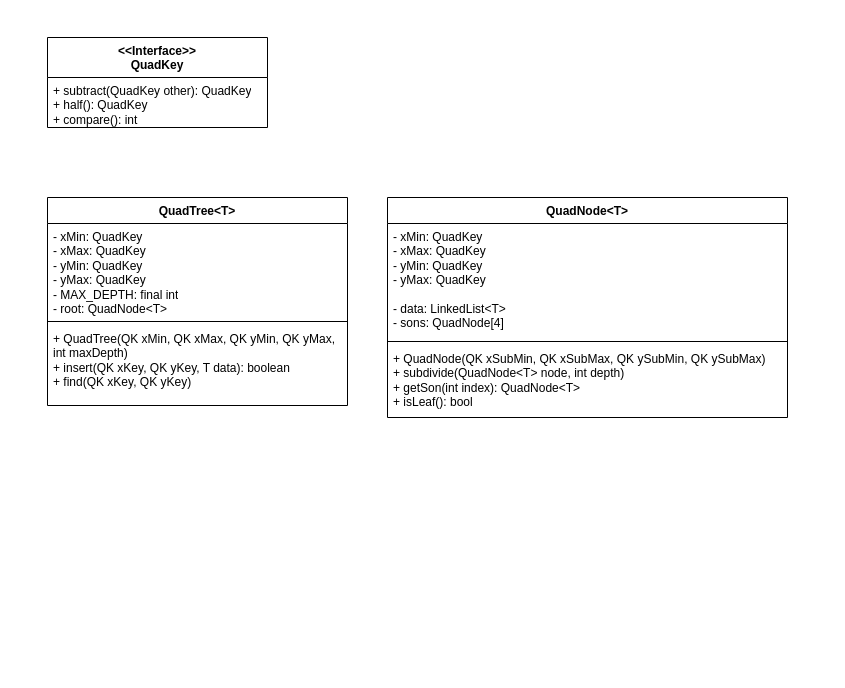
The draw.io diagram doc/UML/QuadTree.drawio in juraj-n/ADS2, before the edit. Source tidied: cells renumbered, new cells numbered last; positions are measured from the earlier drawing's top-left corner, leaving out a move shared by most shapes. Both pictures are drawn from the tidied source at 100%, with x=0, y=0 at pixel (47, 37).
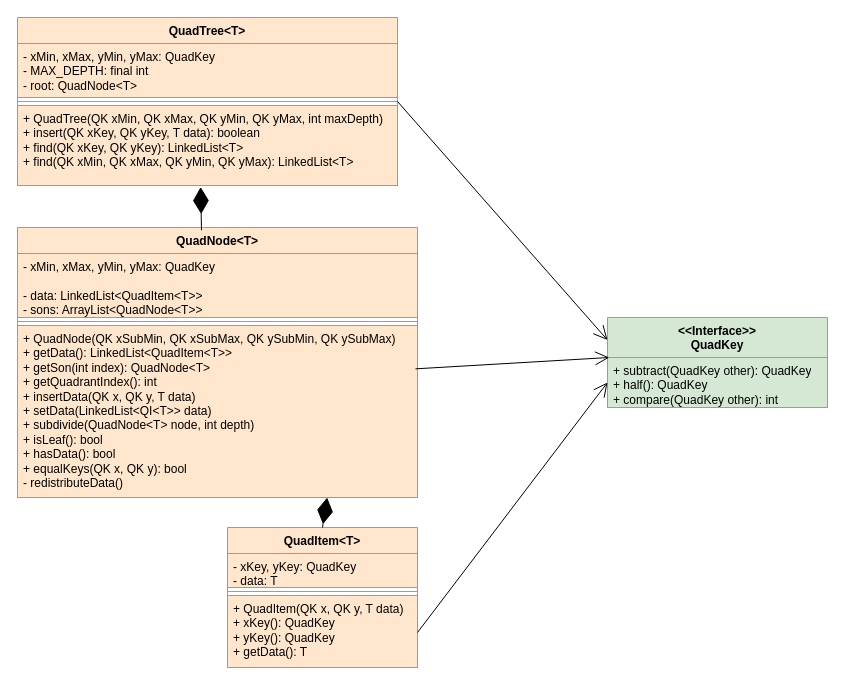
The same diagram, later.

Commit message (it also covers changes not shown here):
UML QuadTree

Change to the diagram source:
```diff
@@
-    <mxCell id="2" value="QuadTree&amp;lt;T&amp;gt;" style="swimlane;fontStyle=1;align=center;verticalAlign=top;horizontal=1;startSize=26;whiteSpace=wrap;html=1;" parent="1" vertex="1">
-      <mxGeometry y="160" width="300" height="208" as="geometry" />
+    <mxCell id="2" value="QuadTree&amp;lt;T&amp;gt;" style="swimlane;fontStyle=1;align=center;verticalAlign=top;horizontal=1;startSize=26;whiteSpace=wrap;html=1;fillColor=#ffe6cc;strokeColor=#d79b00;" parent="1" vertex="1">
+      <mxGeometry x="-30" y="-20" width="380" height="168" as="geometry" />
     </mxCell>
-    <mxCell id="3" value="- xMin: QuadKey&lt;div&gt;- xMax: QuadKey&lt;/div&gt;&lt;div&gt;- yMin: QuadKey&lt;/div&gt;&lt;div&gt;- yMax: QuadKey&lt;/div&gt;&lt;div&gt;- MAX_DEPTH: final int&lt;/div&gt;&lt;div&gt;- root: QuadNode&amp;lt;T&amp;gt;&lt;/div&gt;" style="text;strokeColor=none;fillColor=none;align=left;verticalAlign=top;spacingLeft=4;spacingRight=4;overflow=hidden;whiteSpace=wrap;html=1;" parent="2" vertex="1">
-      <mxGeometry y="26" width="300" height="94" as="geometry" />
+    <mxCell id="3" value="- xMin, xMax, yMin, yMax: QuadKey&lt;div&gt;&lt;span style=&quot;background-color: transparent; color: light-dark(rgb(0, 0, 0), rgb(255, 255, 255));&quot;&gt;- MAX_DEPTH: final int&lt;/span&gt;&lt;/div&gt;&lt;div&gt;- root: QuadNode&amp;lt;T&amp;gt;&lt;/div&gt;" style="text;strokeColor=#d79b00;fillColor=#ffe6cc;align=left;verticalAlign=top;spacingLeft=4;spacingRight=4;overflow=hidden;whiteSpace=wrap;html=1;" parent="2" vertex="1">
+      <mxGeometry y="26" width="380" height="54" as="geometry" />
     </mxCell>
     <mxCell id="4" style="line;strokeWidth=1;fillColor=none;align=left;verticalAlign=middle;spacingTop=-1;spacingLeft=3;spacingRight=3;labelPosition=right;strokeColor=inherit;" parent="2" vertex="1">
-      <mxGeometry y="120" width="300" height="8" as="geometry" />
+      <mxGeometry y="80" width="380" height="8" as="geometry" />
     </mxCell>
-    <mxCell id="5" value="+ QuadTree(QK xMin, QK xMax, QK yMin, QK yMax, int maxDepth)&lt;div&gt;+ insert(QK xKey, QK yKey, T data): boolean&lt;/div&gt;&lt;div&gt;+ find(QK xKey, QK yKey)&lt;/div&gt;" style="text;strokeColor=none;fillColor=none;align=left;verticalAlign=top;spacingLeft=4;spacingRight=4;overflow=hidden;points=[[0,0.5],[1,0.5]];portConstraint=eastwest;whiteSpace=wrap;html=1;" parent="2" vertex="1">
-      <mxGeometry y="128" width="300" height="80" as="geometry" />
+    <mxCell id="5" value="+ QuadTree(QK xMin, QK xMax, QK yMin, QK yMax, int maxDepth)&lt;div&gt;+ insert(QK xKey, QK yKey, T data): boolean&lt;/div&gt;&lt;div&gt;+ find(QK xKey, QK yKey): LinkedList&amp;lt;T&amp;gt;&lt;/div&gt;&lt;div&gt;+ find(QK xMin, QK xMax, QK yMin, QK yMax): LinkedList&amp;lt;T&amp;gt;&lt;/div&gt;" style="text;strokeColor=#d79b00;fillColor=#ffe6cc;align=left;verticalAlign=top;spacingLeft=4;spacingRight=4;overflow=hidden;points=[[0,0.5],[1,0.5]];portConstraint=eastwest;whiteSpace=wrap;html=1;" parent="2" vertex="1">
+      <mxGeometry y="88" width="380" height="80" as="geometry" />
     </mxCell>
-    <mxCell id="6" value="&amp;lt;&amp;lt;Interface&amp;gt;&amp;gt;&lt;div&gt;QuadKey&lt;/div&gt;" style="swimlane;fontStyle=1;align=center;verticalAlign=top;horizontal=1;startSize=40;whiteSpace=wrap;html=1;" parent="1" vertex="1">
-      <mxGeometry width="220" height="90" as="geometry" />
+    <mxCell id="6" value="&amp;lt;&amp;lt;Interface&amp;gt;&amp;gt;&lt;div&gt;QuadKey&lt;/div&gt;" style="swimlane;fontStyle=1;align=center;verticalAlign=top;horizontal=1;startSize=40;whiteSpace=wrap;html=1;fillColor=#d5e8d4;strokeColor=#82b366;" parent="1" vertex="1">
+      <mxGeometry x="560" y="280" width="220" height="90" as="geometry" />
     </mxCell>
-    <mxCell id="7" value="&lt;div&gt;&lt;span style=&quot;background-color: transparent; color: light-dark(rgb(0, 0, 0), rgb(255, 255, 255));&quot;&gt;+ subtract(QuadKey other): QuadKey&lt;/span&gt;&lt;/div&gt;&lt;div&gt;+ half(): QuadKey&lt;/div&gt;&lt;div&gt;+ compare(): int&lt;/div&gt;" style="text;strokeColor=none;fillColor=none;align=left;verticalAlign=top;spacingLeft=4;spacingRight=4;overflow=hidden;points=[[0,0.5],[1,0.5]];portConstraint=eastwest;whiteSpace=wrap;html=1;" parent="6" vertex="1">
+    <mxCell id="7" value="&lt;div&gt;&lt;span style=&quot;background-color: transparent; color: light-dark(rgb(0, 0, 0), rgb(255, 255, 255));&quot;&gt;+ subtract(QuadKey other): QuadKey&lt;/span&gt;&lt;/div&gt;&lt;div&gt;+ half(): QuadKey&lt;/div&gt;&lt;div&gt;+ compare(QuadKey other): int&lt;/div&gt;" style="text;strokeColor=#82b366;fillColor=#d5e8d4;align=left;verticalAlign=top;spacingLeft=4;spacingRight=4;overflow=hidden;points=[[0,0.5],[1,0.5]];portConstraint=eastwest;whiteSpace=wrap;html=1;" parent="6" vertex="1">
       <mxGeometry y="40" width="220" height="50" as="geometry" />
     </mxCell>
-    <mxCell id="8" value="QuadNode&amp;lt;T&amp;gt;" style="swimlane;fontStyle=1;align=center;verticalAlign=top;horizontal=1;startSize=26;whiteSpace=wrap;html=1;" parent="1" vertex="1">
-      <mxGeometry x="340" y="160" width="400" height="220" as="geometry" />
+    <mxCell id="8" value="QuadNode&amp;lt;T&amp;gt;" style="swimlane;fontStyle=1;align=center;verticalAlign=top;horizontal=1;startSize=26;whiteSpace=wrap;html=1;fillColor=#ffe6cc;strokeColor=#d79b00;" parent="1" vertex="1">
+      <mxGeometry x="-30" y="190" width="400" height="270" as="geometry" />
     </mxCell>
-    <mxCell id="9" value="- xMin: QuadKey&lt;div&gt;- xMax: QuadKey&lt;/div&gt;&lt;div&gt;- yMin: QuadKey&lt;/div&gt;&lt;div&gt;- yMax: QuadKey&lt;/div&gt;&lt;div&gt;&lt;br&gt;&lt;/div&gt;&lt;div&gt;- data: LinkedList&amp;lt;T&amp;gt;&lt;/div&gt;&lt;div&gt;- sons: QuadNode[4]&lt;/div&gt;" style="text;strokeColor=none;fillColor=none;align=left;verticalAlign=top;spacingLeft=4;spacingRight=4;overflow=hidden;whiteSpace=wrap;html=1;" parent="8" vertex="1">
-      <mxGeometry y="26" width="400" height="114" as="geometry" />
+    <mxCell id="9" value="- xMin, xMax, yMin, yMax: QuadKey&lt;div&gt;&lt;br&gt;&lt;div&gt;- data: LinkedList&amp;lt;QuadItem&amp;lt;T&amp;gt;&amp;gt;&lt;/div&gt;&lt;div&gt;- sons: ArrayList&amp;lt;QuadNode&amp;lt;T&amp;gt;&amp;gt;&lt;/div&gt;&lt;/div&gt;" style="text;strokeColor=#d79b00;fillColor=#ffe6cc;align=left;verticalAlign=top;spacingLeft=4;spacingRight=4;overflow=hidden;whiteSpace=wrap;html=1;" parent="8" vertex="1">
+      <mxGeometry y="26" width="400" height="64" as="geometry" />
     </mxCell>
     <mxCell id="10" style="line;strokeWidth=1;fillColor=none;align=left;verticalAlign=middle;spacingTop=-1;spacingLeft=3;spacingRight=3;labelPosition=right;strokeColor=inherit;" parent="8" vertex="1">
-      <mxGeometry y="140" width="400" height="8" as="geometry" />
+      <mxGeometry y="90" width="400" height="8" as="geometry" />
     </mxCell>
-    <mxCell id="11" value="+ QuadNode(QK xSubMin, QK xSubMax, QK ySubMin, QK ySubMax)&lt;div&gt;+ subdivide(QuadNode&amp;lt;T&amp;gt; node, int depth)&lt;/div&gt;&lt;div&gt;+ getSon(int index): QuadNode&amp;lt;T&amp;gt;&lt;/div&gt;&lt;div&gt;+ isLeaf(): bool&lt;/div&gt;" style="text;strokeColor=none;fillColor=none;align=left;verticalAlign=top;spacingLeft=4;spacingRight=4;overflow=hidden;points=[[0,0.5],[1,0.5]];portConstraint=eastwest;whiteSpace=wrap;html=1;" parent="8" vertex="1">
-      <mxGeometry y="148" width="400" height="72" as="geometry" />
+    <mxCell id="11" value="+ QuadNode(QK xSubMin, QK xSubMax, QK ySubMin, QK ySubMax)&lt;div&gt;+ getData(): LinkedList&amp;lt;QuadItem&amp;lt;T&amp;gt;&amp;gt;&lt;/div&gt;&lt;div&gt;+ getSon(int index): QuadNode&amp;lt;T&amp;gt;&lt;/div&gt;&lt;div&gt;+ getQuadrantIndex(): int&lt;/div&gt;&lt;div&gt;+ insertData(QK x, QK y, T data)&lt;/div&gt;&lt;div&gt;+ setData(LinkedList&amp;lt;QI&amp;lt;T&amp;gt;&amp;gt; data)&lt;/div&gt;&lt;div&gt;+ subdivide(QuadNode&amp;lt;T&amp;gt; node, int depth)&lt;/div&gt;&lt;div&gt;+ isLeaf(): bool&lt;/div&gt;&lt;div&gt;+ hasData(): bool&lt;/div&gt;&lt;div&gt;+ equalKeys(QK x, QK y): bool&lt;/div&gt;&lt;div&gt;- redistributeData()&lt;/div&gt;" style="text;strokeColor=#d79b00;fillColor=#ffe6cc;align=left;verticalAlign=top;spacingLeft=4;spacingRight=4;overflow=hidden;points=[[0,0.5],[1,0.5]];portConstraint=eastwest;whiteSpace=wrap;html=1;" parent="8" vertex="1">
+      <mxGeometry y="98" width="400" height="172" as="geometry" />
     </mxCell>
+    <mxCell id="12" value="QuadItem&amp;lt;T&amp;gt;" style="swimlane;fontStyle=1;align=center;verticalAlign=top;horizontal=1;startSize=26;whiteSpace=wrap;html=1;fillColor=#ffe6cc;strokeColor=#d79b00;" parent="1" vertex="1">
+      <mxGeometry x="180" y="490" width="190" height="140" as="geometry" />
+    </mxCell>
+    <mxCell id="13" value="- xKey, yKey: QuadKey&lt;div&gt;- data: T&lt;/div&gt;" style="text;strokeColor=#d79b00;fillColor=#ffe6cc;align=left;verticalAlign=top;spacingLeft=4;spacingRight=4;overflow=hidden;whiteSpace=wrap;html=1;" parent="12" vertex="1">
+      <mxGeometry y="26" width="190" height="34" as="geometry" />
+    </mxCell>
+    <mxCell id="14" style="line;strokeWidth=1;fillColor=none;align=left;verticalAlign=middle;spacingTop=-1;spacingLeft=3;spacingRight=3;labelPosition=right;strokeColor=inherit;" parent="12" vertex="1">
+      <mxGeometry y="60" width="190" height="8" as="geometry" />
+    </mxCell>
+    <mxCell id="15" value="+ QuadItem(QK x, QK y, T data)&lt;div&gt;+ xKey(): QuadKey&lt;/div&gt;&lt;div&gt;+ yKey(): QuadKey&lt;/div&gt;&lt;div&gt;+ getData(): T&lt;/div&gt;" style="text;strokeColor=#d79b00;fillColor=#ffe6cc;align=left;verticalAlign=top;spacingLeft=4;spacingRight=4;overflow=hidden;whiteSpace=wrap;html=1;" parent="12" vertex="1">
+      <mxGeometry y="68" width="190" height="72" as="geometry" />
+    </mxCell>
+    <mxCell id="16" style="endArrow=diamondThin;endFill=1;endSize=24;html=1;rounded=0;entryX=0.482;entryY=1.02;entryDx=0;entryDy=0;entryPerimeter=0;exitX=0.46;exitY=0.01;exitDx=0;exitDy=0;exitPerimeter=0;" parent="1" edge="1" source="8" target="5">
+      <mxGeometry relative="1" as="geometry" />
+    </mxCell>
+    <mxCell id="17" style="endArrow=diamondThin;endFill=1;endSize=24;html=1;rounded=0;entryX=0.774;entryY=1;entryDx=0;entryDy=0;entryPerimeter=0;exitX=0.5;exitY=0;exitDx=0;exitDy=0;" parent="1" edge="1" source="12" target="11">
+      <mxGeometry relative="1" as="geometry" />
+    </mxCell>
+    <mxCell id="18" style="endArrow=open;endFill=1;endSize=12;html=1;rounded=0;exitX=1;exitY=0.5;exitDx=0;exitDy=0;entryX=0;entryY=0.25;entryDx=0;entryDy=0;" parent="1" edge="1" source="2" target="6">
+      <mxGeometry relative="1" as="geometry" />
+    </mxCell>
+    <mxCell id="19" style="endArrow=open;endFill=1;endSize=12;html=1;rounded=0;exitX=0.995;exitY=0.252;exitDx=0;exitDy=0;entryX=0.008;entryY=0;entryDx=0;entryDy=0;exitPerimeter=0;entryPerimeter=0;" parent="1" edge="1" source="11" target="7">
+      <mxGeometry relative="1" as="geometry" />
+    </mxCell>
+    <mxCell id="20" style="endArrow=open;endFill=1;endSize=12;html=1;rounded=0;exitX=1;exitY=0.75;exitDx=0;exitDy=0;entryX=0;entryY=0.5;entryDx=0;entryDy=0;" parent="1" edge="1" source="12" target="7">
+      <mxGeometry relative="1" as="geometry" />
+    </mxCell>
```
